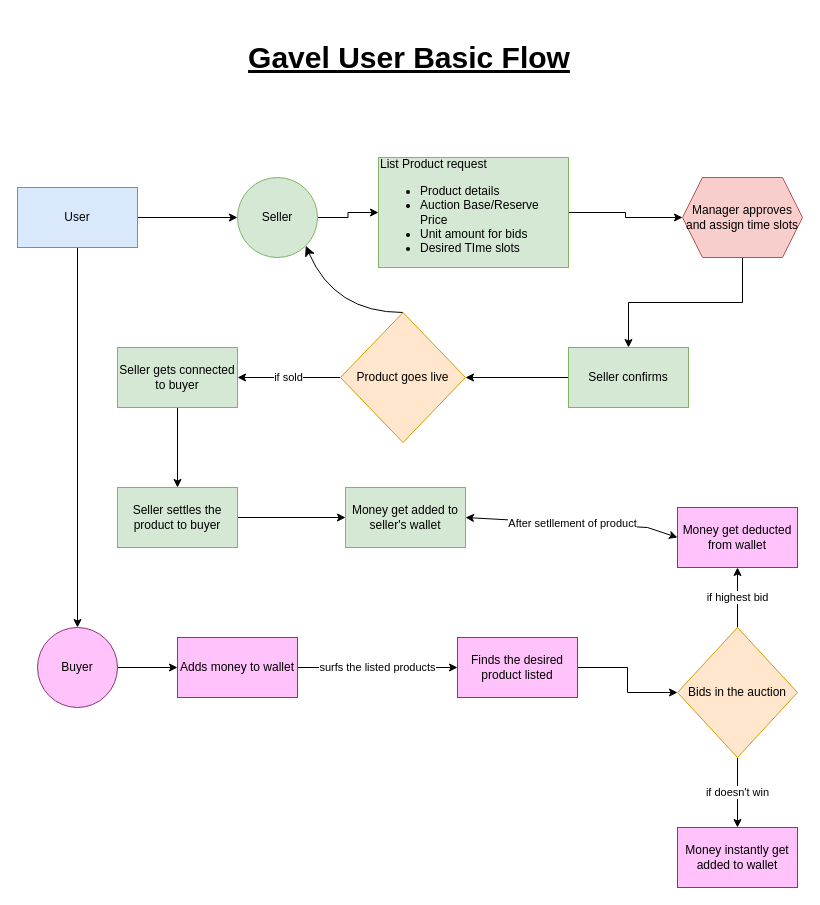
Above: flowchart.drawio in Seventy7dot2/webwiz (draw.io), before the change. Source tidied: cells renumbered, new cells numbered last; positions are measured from the earlier drawing's top-left corner, leaving out a move shared by most shapes. Both pictures are drawn from the tidied source at 100%, with x=0, y=0 at pixel (17, 17).
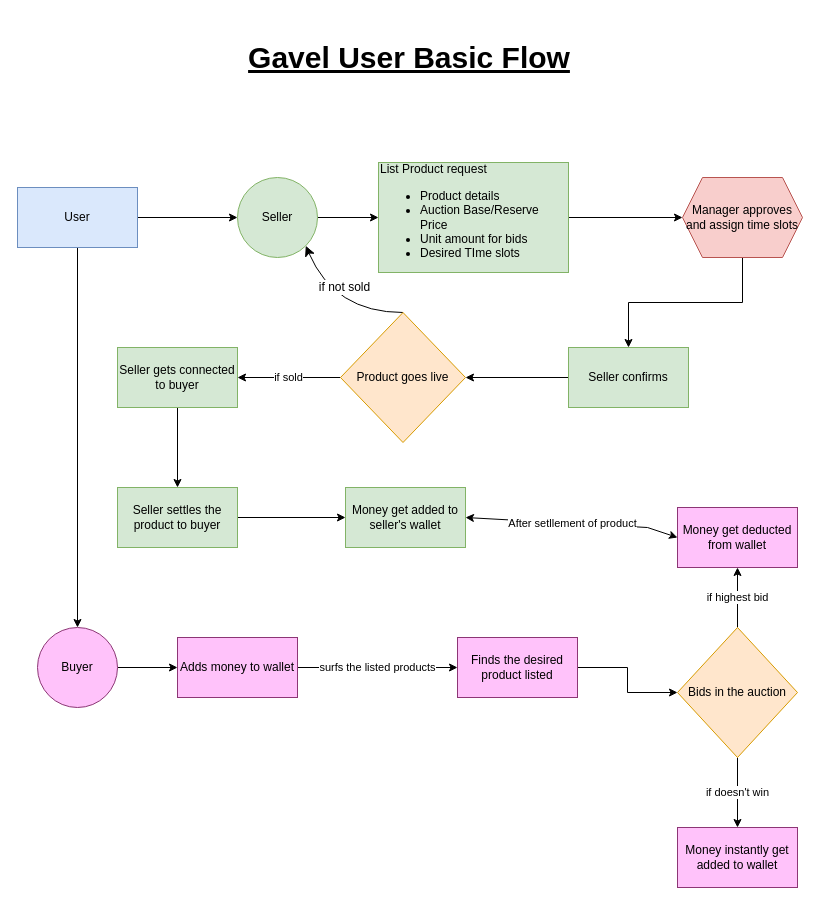
Above is the later version.

Unchanged cells that the change refers to:
```xml
<mxCell id="8" value="Seller" style="ellipse;whiteSpace=wrap;html=1;rounded=0;fillColor=#d5e8d4;strokeColor=#82b366;" parent="1" vertex="1">
  <mxGeometry x="220" y="160" width="80" height="80" as="geometry" />
</mxCell>
<mxCell id="26" value="Product goes live" style="rhombus;whiteSpace=wrap;html=1;rounded=0;fillColor=#ffe6cc;strokeColor=#d79b00;" parent="1" vertex="1">
  <mxGeometry x="323" y="295" width="125" height="130" as="geometry" />
</mxCell>
```

What changed in the source:
```diff
@@
     <mxCell id="10" value="List Product request&lt;div&gt;&lt;ul&gt;&lt;li&gt;Product details&lt;/li&gt;&lt;li&gt;Auction Base/Reserve Price&lt;/li&gt;&lt;li&gt;Unit amount for bids&lt;/li&gt;&lt;li&gt;Desired TIme slots&lt;/li&gt;&lt;/ul&gt;&lt;/div&gt;" style="rounded=0;whiteSpace=wrap;html=1;align=left;fillColor=#d5e8d4;strokeColor=#82b366;" parent="1" vertex="1">
-      <mxGeometry x="361" y="140" width="190" height="110" as="geometry" />
+      <mxGeometry x="361" y="145" width="190" height="110" as="geometry" />
     </mxCell>
@@
-    <mxCell id="25" style="edgeStyle=none;curved=1;rounded=0;jettySize=auto;html=1;fontSize=12;startSize=8;endSize=8;entryX=1;entryY=1;entryDx=0;entryDy=0;exitX=0.5;exitY=0;exitDx=0;exitDy=0;" parent="1" edge="1" source="26" target="8">
-      <mxGeometry relative="1" as="geometry">
+    <mxCell id="25" value="if not sold" style="edgeStyle=none;curved=1;rounded=0;jettySize=auto;html=1;fontSize=12;startSize=8;endSize=8;entryX=1;entryY=1;entryDx=0;entryDy=0;exitX=0.5;exitY=0;exitDx=0;exitDy=0;" parent="1" edge="1" source="26" target="8">
+      <mxGeometry x="0.24" y="-19" relative="1" as="geometry">
         <Array as="points">
           <mxPoint x="317" y="295" />
         </Array>
       </mxGeometry>
     </mxCell>
```
